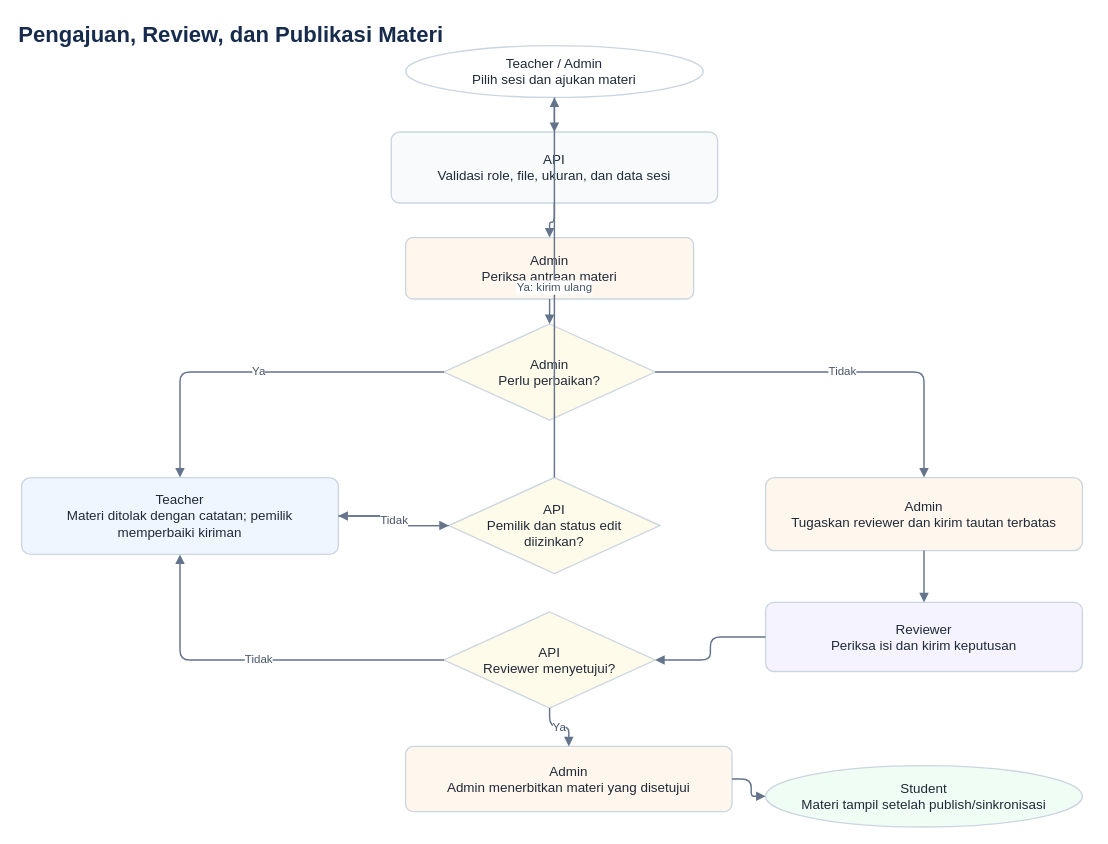
This is docs/diagrams/06-material-approval.drawio from ammarmfirdaus-hue/DENSO-LMS, a draw.io file, before an edit. Source tidied: cells renumbered, new cells numbered last; positions are measured from the earlier drawing's top-left corner, leaving out a move shared by most shapes. Both pictures are drawn from the tidied source at 96%, with x=0, y=0 at pixel (16, 16).
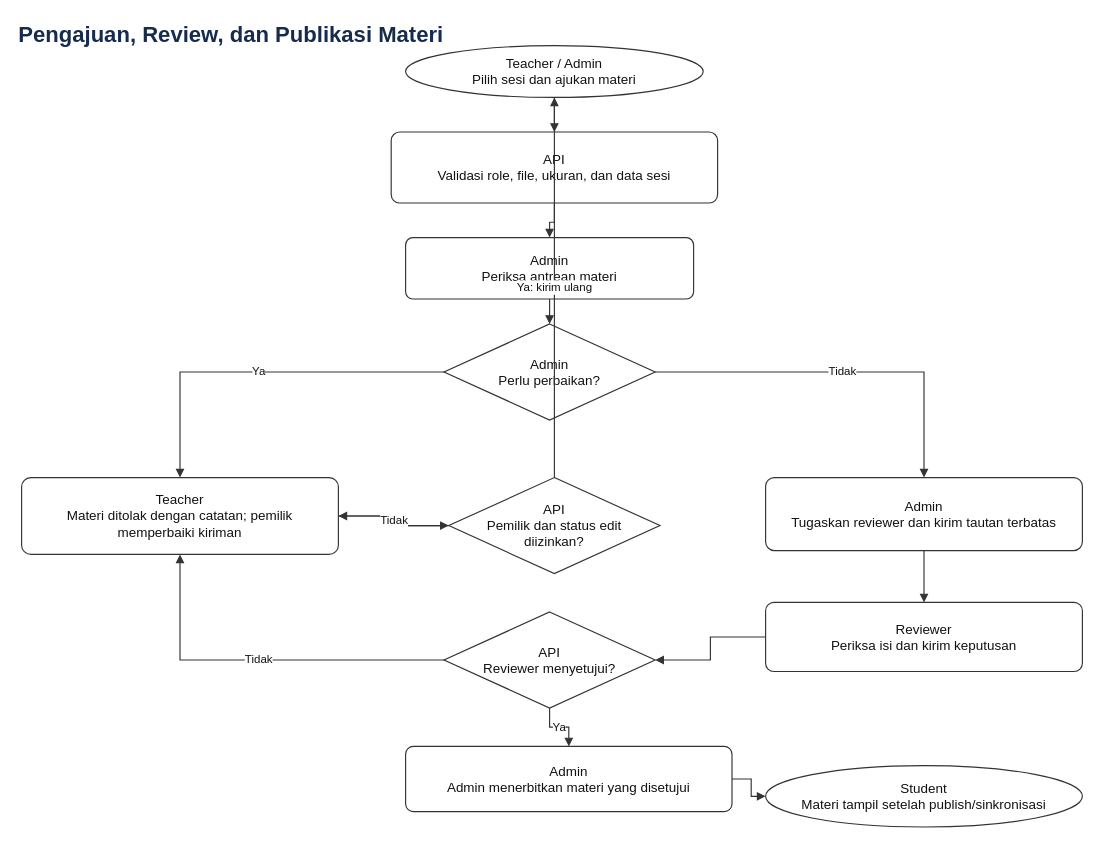
The same page after the edit.

The edit, as a diff of the source:
```diff
@@
-    <mxCell id="3" value="Teacher / Admin&#10;Pilih sesi dan ajukan materi" style="shape=ellipse;whiteSpace=wrap;html=1;align=center;verticalAlign=middle;strokeColor=#cbd5e1;strokeWidth=1.4;fillColor=#ffffff;fontColor=#1f2937;fontSize=14;spacing=8;shadow=0;" parent="1" vertex="1">
+    <mxCell id="3" value="Teacher / Admin&#10;Pilih sesi dan ajukan materi" style="shape=ellipse;whiteSpace=wrap;html=1;align=center;verticalAlign=middle;strokeColor=#333333;strokeWidth=1.2;fillColor=#ffffff;fontColor=#111111;fontSize=14;spacing=8;shadow=0;" parent="1" vertex="1">
       <mxGeometry x="405" y="30" width="310" height="54" as="geometry" />
     </mxCell>
-    <mxCell id="4" value="API&#10;Validasi role, file, ukuran, dan data sesi" style="rounded=1;arcSize=12;whiteSpace=wrap;html=1;align=center;verticalAlign=middle;strokeColor=#cbd5e1;strokeWidth=1.4;fillColor=#f8fafc;fontColor=#1f2937;fontSize=14;spacing=8;shadow=0;" parent="1" vertex="1">
+    <mxCell id="4" value="API&#10;Validasi role, file, ukuran, dan data sesi" style="rounded=1;arcSize=12;whiteSpace=wrap;html=1;align=center;verticalAlign=middle;strokeColor=#333333;strokeWidth=1.2;fillColor=#ffffff;fontColor=#111111;fontSize=14;spacing=8;shadow=0;" parent="1" vertex="1">
       <mxGeometry x="390" y="120" width="340" height="74" as="geometry" />
     </mxCell>
-    <mxCell id="5" value="Admin&#10;Periksa antrean materi" style="rounded=1;arcSize=12;whiteSpace=wrap;html=1;align=center;verticalAlign=middle;strokeColor=#cbd5e1;strokeWidth=1.4;fillColor=#fff7ed;fontColor=#1f2937;fontSize=14;spacing=8;shadow=0;" parent="1" vertex="1">
+    <mxCell id="5" value="Admin&#10;Periksa antrean materi" style="rounded=1;arcSize=12;whiteSpace=wrap;html=1;align=center;verticalAlign=middle;strokeColor=#333333;strokeWidth=1.2;fillColor=#ffffff;fontColor=#111111;fontSize=14;spacing=8;shadow=0;" parent="1" vertex="1">
       <mxGeometry x="405" y="230" width="300" height="64" as="geometry" />
     </mxCell>
-    <mxCell id="6" value="Admin&#10;Perlu perbaikan?" style="shape=rhombus;whiteSpace=wrap;html=1;align=center;verticalAlign=middle;strokeColor=#cbd5e1;strokeWidth=1.4;fillColor=#fffbeb;fontColor=#1f2937;fontSize=14;spacing=8;shadow=0;" parent="1" vertex="1">
+    <mxCell id="6" value="Admin&#10;Perlu perbaikan?" style="shape=rhombus;whiteSpace=wrap;html=1;align=center;verticalAlign=middle;strokeColor=#333333;strokeWidth=1.2;fillColor=#ffffff;fontColor=#111111;fontSize=14;spacing=8;shadow=0;" parent="1" vertex="1">
       <mxGeometry x="445" y="320" width="220" height="100" as="geometry" />
     </mxCell>
-    <mxCell id="7" value="Teacher&#10;Materi ditolak dengan catatan; pemilik memperbaiki kiriman" style="rounded=1;arcSize=12;whiteSpace=wrap;html=1;align=center;verticalAlign=middle;strokeColor=#cbd5e1;strokeWidth=1.4;fillColor=#eff6ff;fontColor=#1f2937;fontSize=14;spacing=8;shadow=0;" parent="1" vertex="1">
+    <mxCell id="7" value="Teacher&#10;Materi ditolak dengan catatan; pemilik memperbaiki kiriman" style="rounded=1;arcSize=12;whiteSpace=wrap;html=1;align=center;verticalAlign=middle;strokeColor=#333333;strokeWidth=1.2;fillColor=#ffffff;fontColor=#111111;fontSize=14;spacing=8;shadow=0;" parent="1" vertex="1">
       <mxGeometry x="5" y="480" width="330" height="80" as="geometry" />
     </mxCell>
-    <mxCell id="8" value="API&#10;Pemilik dan status edit diizinkan?" style="shape=rhombus;whiteSpace=wrap;html=1;align=center;verticalAlign=middle;strokeColor=#cbd5e1;strokeWidth=1.4;fillColor=#fffbeb;fontColor=#1f2937;fontSize=14;spacing=8;shadow=0;" parent="1" vertex="1">
+    <mxCell id="8" value="API&#10;Pemilik dan status edit diizinkan?" style="shape=rhombus;whiteSpace=wrap;html=1;align=center;verticalAlign=middle;strokeColor=#333333;strokeWidth=1.2;fillColor=#ffffff;fontColor=#111111;fontSize=14;spacing=8;shadow=0;" parent="1" vertex="1">
       <mxGeometry x="450" y="480" width="220" height="100" as="geometry" />
     </mxCell>
-    <mxCell id="9" value="Admin&#10;Tugaskan reviewer dan kirim tautan terbatas" style="rounded=1;arcSize=12;whiteSpace=wrap;html=1;align=center;verticalAlign=middle;strokeColor=#cbd5e1;strokeWidth=1.4;fillColor=#fff7ed;fontColor=#1f2937;fontSize=14;spacing=8;shadow=0;" parent="1" vertex="1">
+    <mxCell id="9" value="Admin&#10;Tugaskan reviewer dan kirim tautan terbatas" style="rounded=1;arcSize=12;whiteSpace=wrap;html=1;align=center;verticalAlign=middle;strokeColor=#333333;strokeWidth=1.2;fillColor=#ffffff;fontColor=#111111;fontSize=14;spacing=8;shadow=0;" parent="1" vertex="1">
       <mxGeometry x="780" y="480" width="330" height="76" as="geometry" />
     </mxCell>
-    <mxCell id="10" value="Reviewer&#10;Periksa isi dan kirim keputusan" style="rounded=1;arcSize=12;whiteSpace=wrap;html=1;align=center;verticalAlign=middle;strokeColor=#cbd5e1;strokeWidth=1.4;fillColor=#f5f3ff;fontColor=#1f2937;fontSize=14;spacing=8;shadow=0;" parent="1" vertex="1">
+    <mxCell id="10" value="Reviewer&#10;Periksa isi dan kirim keputusan" style="rounded=1;arcSize=12;whiteSpace=wrap;html=1;align=center;verticalAlign=middle;strokeColor=#333333;strokeWidth=1.2;fillColor=#ffffff;fontColor=#111111;fontSize=14;spacing=8;shadow=0;" parent="1" vertex="1">
       <mxGeometry x="780" y="610" width="330" height="72" as="geometry" />
     </mxCell>
-    <mxCell id="11" value="API&#10;Reviewer menyetujui?" style="shape=rhombus;whiteSpace=wrap;html=1;align=center;verticalAlign=middle;strokeColor=#cbd5e1;strokeWidth=1.4;fillColor=#fffbeb;fontColor=#1f2937;fontSize=14;spacing=8;shadow=0;" parent="1" vertex="1">
+    <mxCell id="11" value="API&#10;Reviewer menyetujui?" style="shape=rhombus;whiteSpace=wrap;html=1;align=center;verticalAlign=middle;strokeColor=#333333;strokeWidth=1.2;fillColor=#ffffff;fontColor=#111111;fontSize=14;spacing=8;shadow=0;" parent="1" vertex="1">
       <mxGeometry x="445" y="620" width="220" height="100" as="geometry" />
     </mxCell>
-    <mxCell id="12" value="Admin&#10;Admin menerbitkan materi yang disetujui" style="rounded=1;arcSize=12;whiteSpace=wrap;html=1;align=center;verticalAlign=middle;strokeColor=#cbd5e1;strokeWidth=1.4;fillColor=#fff7ed;fontColor=#1f2937;fontSize=14;spacing=8;shadow=0;" parent="1" vertex="1">
+    <mxCell id="12" value="Admin&#10;Admin menerbitkan materi yang disetujui" style="rounded=1;arcSize=12;whiteSpace=wrap;html=1;align=center;verticalAlign=middle;strokeColor=#333333;strokeWidth=1.2;fillColor=#ffffff;fontColor=#111111;fontSize=14;spacing=8;shadow=0;" parent="1" vertex="1">
       <mxGeometry x="405" y="760" width="340" height="68" as="geometry" />
     </mxCell>
-    <mxCell id="13" value="Student&#10;Materi tampil setelah publish/sinkronisasi" style="shape=ellipse;whiteSpace=wrap;html=1;align=center;verticalAlign=middle;strokeColor=#cbd5e1;strokeWidth=1.4;fillColor=#f0fdf4;fontColor=#1f2937;fontSize=14;spacing=8;shadow=0;" parent="1" vertex="1">
+    <mxCell id="13" value="Student&#10;Materi tampil setelah publish/sinkronisasi" style="shape=ellipse;whiteSpace=wrap;html=1;align=center;verticalAlign=middle;strokeColor=#333333;strokeWidth=1.2;fillColor=#ffffff;fontColor=#111111;fontSize=14;spacing=8;shadow=0;" parent="1" vertex="1">
       <mxGeometry x="780" y="780" width="330" height="64" as="geometry" />
     </mxCell>
-    <mxCell id="14" style="edgeStyle=orthogonalEdgeStyle;rounded=1;jettySize=auto;html=1;strokeColor=#64748b;strokeWidth=1.5;fontColor=#475569;fontSize=12;labelBackgroundColor=#ffffff;endArrow=block;endFill=1;" parent="1" edge="1" source="3" target="4">
+    <mxCell id="14" style="edgeStyle=orthogonalEdgeStyle;rounded=0;jettySize=auto;html=1;strokeColor=#333333;strokeWidth=1.2;fontColor=#111111;fontSize=12;labelBackgroundColor=#ffffff;endArrow=block;endFill=1;" parent="1" edge="1" source="3" target="4">
       <mxGeometry relative="1" as="geometry" />
     </mxCell>
-    <mxCell id="15" style="edgeStyle=orthogonalEdgeStyle;rounded=1;jettySize=auto;html=1;strokeColor=#64748b;strokeWidth=1.5;fontColor=#475569;fontSize=12;labelBackgroundColor=#ffffff;endArrow=block;endFill=1;" parent="1" edge="1" source="4" target="5">
+    <mxCell id="15" style="edgeStyle=orthogonalEdgeStyle;rounded=0;jettySize=auto;html=1;strokeColor=#333333;strokeWidth=1.2;fontColor=#111111;fontSize=12;labelBackgroundColor=#ffffff;endArrow=block;endFill=1;" parent="1" edge="1" source="4" target="5">
       <mxGeometry relative="1" as="geometry" />
     </mxCell>
-    <mxCell id="16" style="edgeStyle=orthogonalEdgeStyle;rounded=1;jettySize=auto;html=1;strokeColor=#64748b;strokeWidth=1.5;fontColor=#475569;fontSize=12;labelBackgroundColor=#ffffff;endArrow=block;endFill=1;" parent="1" edge="1" source="5" target="6">
+    <mxCell id="16" style="edgeStyle=orthogonalEdgeStyle;rounded=0;jettySize=auto;html=1;strokeColor=#333333;strokeWidth=1.2;fontColor=#111111;fontSize=12;labelBackgroundColor=#ffffff;endArrow=block;endFill=1;" parent="1" edge="1" source="5" target="6">
       <mxGeometry relative="1" as="geometry" />
     </mxCell>
-    <mxCell id="17" value="Ya" style="edgeStyle=orthogonalEdgeStyle;rounded=1;jettySize=auto;html=1;strokeColor=#64748b;strokeWidth=1.5;fontColor=#475569;fontSize=12;labelBackgroundColor=#ffffff;endArrow=block;endFill=1;" parent="1" edge="1" source="6" target="7">
+    <mxCell id="17" value="Ya" style="edgeStyle=orthogonalEdgeStyle;rounded=0;jettySize=auto;html=1;strokeColor=#333333;strokeWidth=1.2;fontColor=#111111;fontSize=12;labelBackgroundColor=#ffffff;endArrow=block;endFill=1;" parent="1" edge="1" source="6" target="7">
       <mxGeometry relative="1" as="geometry" />
     </mxCell>
-    <mxCell id="18" value="Tidak" style="edgeStyle=orthogonalEdgeStyle;rounded=1;jettySize=auto;html=1;strokeColor=#64748b;strokeWidth=1.5;fontColor=#475569;fontSize=12;labelBackgroundColor=#ffffff;endArrow=block;endFill=1;" parent="1" edge="1" source="6" target="9">
+    <mxCell id="18" value="Tidak" style="edgeStyle=orthogonalEdgeStyle;rounded=0;jettySize=auto;html=1;strokeColor=#333333;strokeWidth=1.2;fontColor=#111111;fontSize=12;labelBackgroundColor=#ffffff;endArrow=block;endFill=1;" parent="1" edge="1" source="6" target="9">
       <mxGeometry relative="1" as="geometry" />
     </mxCell>
-    <mxCell id="19" style="edgeStyle=orthogonalEdgeStyle;rounded=1;jettySize=auto;html=1;strokeColor=#64748b;strokeWidth=1.5;fontColor=#475569;fontSize=12;labelBackgroundColor=#ffffff;endArrow=block;endFill=1;" parent="1" edge="1" source="7" target="8">
+    <mxCell id="19" style="edgeStyle=orthogonalEdgeStyle;rounded=0;jettySize=auto;html=1;strokeColor=#333333;strokeWidth=1.2;fontColor=#111111;fontSize=12;labelBackgroundColor=#ffffff;endArrow=block;endFill=1;" parent="1" edge="1" source="7" target="8">
       <mxGeometry relative="1" as="geometry" />
     </mxCell>
-    <mxCell id="20" value="Ya: kirim ulang" style="edgeStyle=orthogonalEdgeStyle;rounded=1;jettySize=auto;html=1;strokeColor=#64748b;strokeWidth=1.5;fontColor=#475569;fontSize=12;labelBackgroundColor=#ffffff;endArrow=block;endFill=1;" parent="1" edge="1" source="8" target="3">
+    <mxCell id="20" value="Ya: kirim ulang" style="edgeStyle=orthogonalEdgeStyle;rounded=0;jettySize=auto;html=1;strokeColor=#333333;strokeWidth=1.2;fontColor=#111111;fontSize=12;labelBackgroundColor=#ffffff;endArrow=block;endFill=1;" parent="1" edge="1" source="8" target="3">
       <mxGeometry relative="1" as="geometry" />
     </mxCell>
-    <mxCell id="21" value="Tidak" style="edgeStyle=orthogonalEdgeStyle;rounded=1;jettySize=auto;html=1;strokeColor=#64748b;strokeWidth=1.5;fontColor=#475569;fontSize=12;labelBackgroundColor=#ffffff;endArrow=block;endFill=1;" parent="1" edge="1" source="8" target="7">
+    <mxCell id="21" value="Tidak" style="edgeStyle=orthogonalEdgeStyle;rounded=0;jettySize=auto;html=1;strokeColor=#333333;strokeWidth=1.2;fontColor=#111111;fontSize=12;labelBackgroundColor=#ffffff;endArrow=block;endFill=1;" parent="1" edge="1" source="8" target="7">
       <mxGeometry relative="1" as="geometry" />
     </mxCell>
-    <mxCell id="22" style="edgeStyle=orthogonalEdgeStyle;rounded=1;jettySize=auto;html=1;strokeColor=#64748b;strokeWidth=1.5;fontColor=#475569;fontSize=12;labelBackgroundColor=#ffffff;endArrow=block;endFill=1;" parent="1" edge="1" source="9" target="10">
+    <mxCell id="22" style="edgeStyle=orthogonalEdgeStyle;rounded=0;jettySize=auto;html=1;strokeColor=#333333;strokeWidth=1.2;fontColor=#111111;fontSize=12;labelBackgroundColor=#ffffff;endArrow=block;endFill=1;" parent="1" edge="1" source="9" target="10">
       <mxGeometry relative="1" as="geometry" />
     </mxCell>
-    <mxCell id="23" style="edgeStyle=orthogonalEdgeStyle;rounded=1;jettySize=auto;html=1;strokeColor=#64748b;strokeWidth=1.5;fontColor=#475569;fontSize=12;labelBackgroundColor=#ffffff;endArrow=block;endFill=1;" parent="1" edge="1" source="10" target="11">
+    <mxCell id="23" style="edgeStyle=orthogonalEdgeStyle;rounded=0;jettySize=auto;html=1;strokeColor=#333333;strokeWidth=1.2;fontColor=#111111;fontSize=12;labelBackgroundColor=#ffffff;endArrow=block;endFill=1;" parent="1" edge="1" source="10" target="11">
       <mxGeometry relative="1" as="geometry" />
     </mxCell>
-    <mxCell id="24" value="Tidak" style="edgeStyle=orthogonalEdgeStyle;rounded=1;jettySize=auto;html=1;strokeColor=#64748b;strokeWidth=1.5;fontColor=#475569;fontSize=12;labelBackgroundColor=#ffffff;endArrow=block;endFill=1;" parent="1" edge="1" source="11" target="7">
+    <mxCell id="24" value="Tidak" style="edgeStyle=orthogonalEdgeStyle;rounded=0;jettySize=auto;html=1;strokeColor=#333333;strokeWidth=1.2;fontColor=#111111;fontSize=12;labelBackgroundColor=#ffffff;endArrow=block;endFill=1;" parent="1" edge="1" source="11" target="7">
       <mxGeometry relative="1" as="geometry" />
     </mxCell>
-    <mxCell id="25" value="Ya" style="edgeStyle=orthogonalEdgeStyle;rounded=1;jettySize=auto;html=1;strokeColor=#64748b;strokeWidth=1.5;fontColor=#475569;fontSize=12;labelBackgroundColor=#ffffff;endArrow=block;endFill=1;" parent="1" edge="1" source="11" target="12">
+    <mxCell id="25" value="Ya" style="edgeStyle=orthogonalEdgeStyle;rounded=0;jettySize=auto;html=1;strokeColor=#333333;strokeWidth=1.2;fontColor=#111111;fontSize=12;labelBackgroundColor=#ffffff;endArrow=block;endFill=1;" parent="1" edge="1" source="11" target="12">
       <mxGeometry relative="1" as="geometry" />
     </mxCell>
-    <mxCell id="26" style="edgeStyle=orthogonalEdgeStyle;rounded=1;jettySize=auto;html=1;strokeColor=#64748b;strokeWidth=1.5;fontColor=#475569;fontSize=12;labelBackgroundColor=#ffffff;endArrow=block;endFill=1;" parent="1" edge="1" source="12" target="13">
+    <mxCell id="26" style="edgeStyle=orthogonalEdgeStyle;rounded=0;jettySize=auto;html=1;strokeColor=#333333;strokeWidth=1.2;fontColor=#111111;fontSize=12;labelBackgroundColor=#ffffff;endArrow=block;endFill=1;" parent="1" edge="1" source="12" target="13">
       <mxGeometry relative="1" as="geometry" />
     </mxCell>
```
